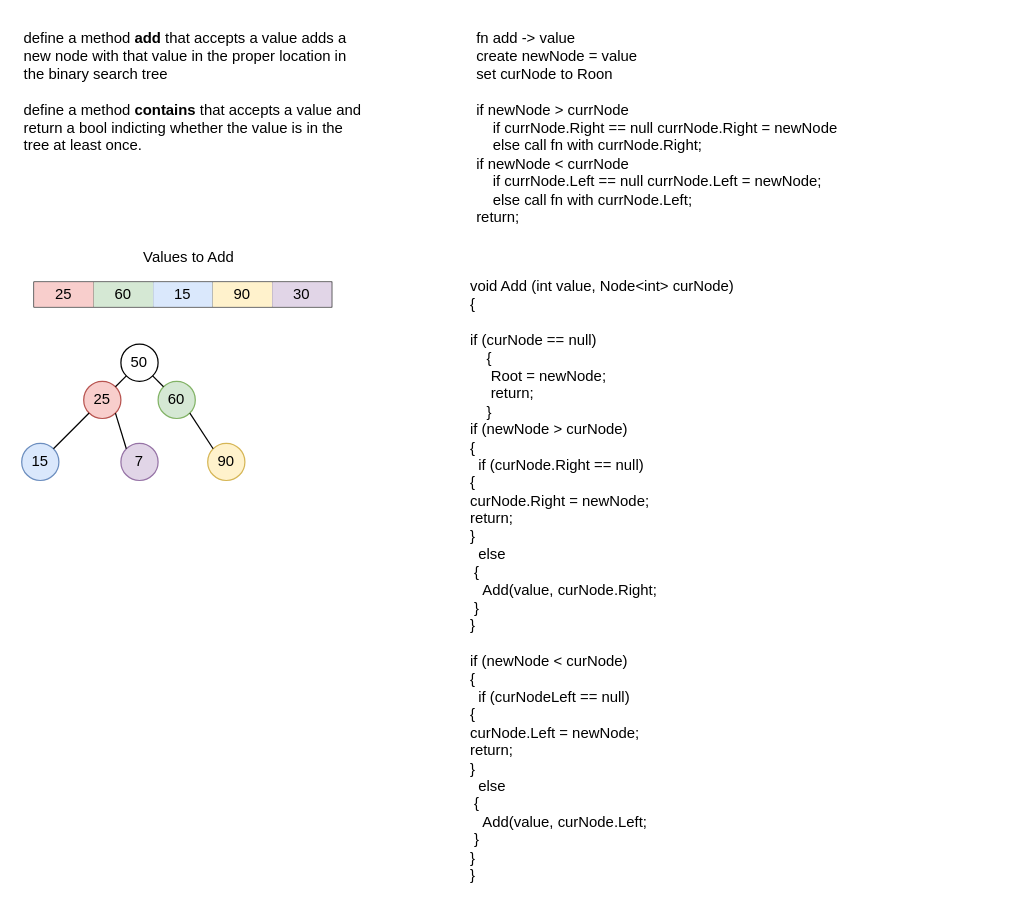
The draw.io diagram DataStructures/Trees/assets/BinarySearchTree.drawio in 4a50/dotnet-data-structure-and-algorithms, before the edit. Source tidied: cells renumbered, new cells numbered last; positions are measured from the earlier drawing's top-left corner, leaving out a move shared by most shapes. Both pictures are drawn from the tidied source at 124%, with x=0, y=0 at pixel (21, 21).
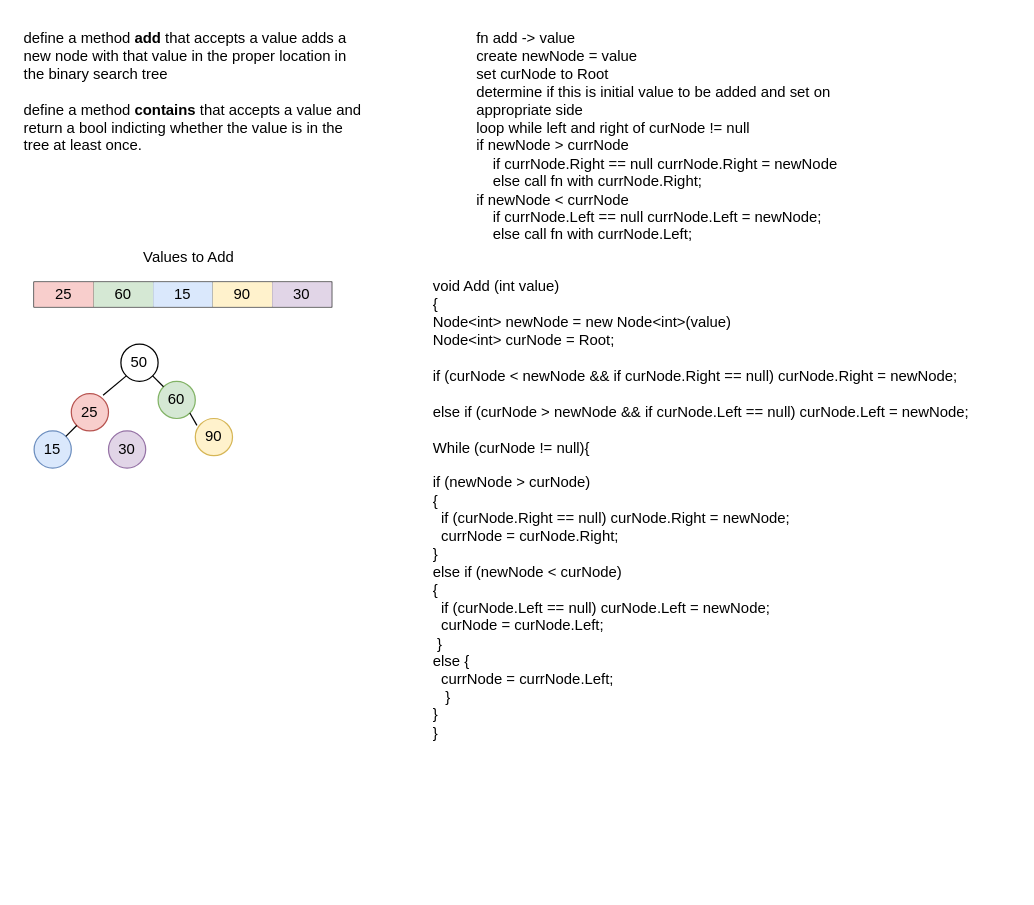
Above is the later version.

The change refers to these unchanged cells:
```xml
<mxCell id="3" value="50" style="ellipse;whiteSpace=wrap;html=1;align=center;" parent="1" vertex="1">
  <mxGeometry x="80" y="260" width="30" height="30" as="geometry" />
</mxCell>
```

What changed in the source:
```diff
@@
-    <mxCell id="4" value="25" style="ellipse;whiteSpace=wrap;html=1;align=center;fillColor=#f8cecc;strokeColor=#b85450;" parent="1" vertex="1">
-      <mxGeometry x="50" y="290" width="30" height="30" as="geometry" />
-    </mxCell>
-    <mxCell id="5" value="fn add -&amp;gt; value&lt;br&gt;create newNode = value&lt;br&gt;set curNode to Roon&lt;br&gt;&lt;br&gt;if newNode &amp;gt; currNode&lt;br&gt;&amp;nbsp; &amp;nbsp; if currNode.Right == null currNode.Right = newNode&lt;br&gt;&amp;nbsp; &amp;nbsp; else call fn with currNode.Right;&lt;br&gt;if newNode &amp;lt; currNode&lt;br&gt;&amp;nbsp; &amp;nbsp; if currNode.Left == null currNode.Left = newNode;&lt;br&gt;&amp;nbsp; &amp;nbsp; else call fn with currNode.Left;&lt;br&gt;return;&lt;br&gt;" style="text;html=1;strokeColor=none;fillColor=none;align=left;verticalAlign=top;whiteSpace=wrap;rounded=0;" parent="1" vertex="1">
+    <mxCell id="5" value="fn add -&amp;gt; value&lt;br&gt;create newNode = value&lt;br&gt;set curNode to Root&lt;br&gt;determine if this is initial value to be added and set on appropriate side&amp;nbsp;&lt;br&gt;loop while left and right of curNode != null&lt;br&gt;if newNode &amp;gt; currNode&lt;br&gt;&amp;nbsp; &amp;nbsp; if currNode.Right == null currNode.Right = newNode&lt;br&gt;&amp;nbsp; &amp;nbsp; else call fn with currNode.Right;&lt;br&gt;if newNode &amp;lt; currNode&lt;br&gt;&amp;nbsp; &amp;nbsp; if currNode.Left == null currNode.Left = newNode;&lt;br&gt;&amp;nbsp; &amp;nbsp; else call fn with currNode.Left;" style="text;html=1;strokeColor=none;fillColor=none;align=left;verticalAlign=top;whiteSpace=wrap;rounded=0;" parent="1" vertex="1">
       <mxGeometry x="365" width="345" height="180" as="geometry" />
     </mxCell>
-    <mxCell id="6" style="endArrow=none;html=1;entryX=0;entryY=1;entryDx=0;entryDy=0;exitX=1;exitY=0;exitDx=0;exitDy=0;" parent="1" edge="1" source="4" target="3">
-      <mxGeometry relative="1" as="geometry" />
-    </mxCell>
-    <mxCell id="7" value="60" style="ellipse;whiteSpace=wrap;html=1;align=center;fillColor=#d5e8d4;strokeColor=#82b366;" parent="1" vertex="1">
-      <mxGeometry x="110" y="290" width="30" height="30" as="geometry" />
-    </mxCell>
-    <mxCell id="8" style="endArrow=none;html=1;exitX=1;exitY=1;exitDx=0;exitDy=0;entryX=0;entryY=0;entryDx=0;entryDy=0;" parent="1" edge="1" source="3" target="7">
-      <mxGeometry relative="1" as="geometry" />
-    </mxCell>
-    <mxCell id="9" value="15" style="ellipse;whiteSpace=wrap;html=1;align=center;fillColor=#dae8fc;strokeColor=#6c8ebf;" parent="1" vertex="1">
-      <mxGeometry y="340" width="30" height="30" as="geometry" />
-    </mxCell>
-    <mxCell id="10" value="void Add (int value, Node&amp;lt;int&amp;gt; curNode)&lt;br&gt;{&lt;br&gt;&lt;br&gt;if (curNode == null)&lt;br&gt;&amp;nbsp; &amp;nbsp; {&lt;br&gt;&amp;nbsp; &amp;nbsp; &amp;nbsp;Root = newNode; &lt;br&gt;&amp;nbsp; &amp;nbsp; &amp;nbsp;return;&lt;br&gt;&amp;nbsp; &amp;nbsp; }&amp;nbsp;&lt;br&gt;if (newNode &amp;gt; curNode)&lt;br&gt;{&lt;br&gt;&amp;nbsp; if (curNode.Right == null) &lt;br&gt;{&lt;br&gt;curNode.Right = newNode;&lt;br&gt;return;&lt;br&gt;}&lt;br&gt;&amp;nbsp; else&lt;br&gt;&amp;nbsp;{&lt;br&gt;&amp;nbsp; &amp;nbsp;Add(value, curNode.Right;&lt;br&gt;&amp;nbsp;}&amp;nbsp;&lt;br&gt;}&lt;br&gt;&lt;br&gt;if (newNode &amp;lt; curNode)&lt;br&gt;{&lt;br&gt;&amp;nbsp; if (curNodeLeft == null) &lt;br&gt;{&lt;br&gt;curNode.Left = newNode;&lt;br&gt;return;&lt;br&gt;}&lt;br&gt;&amp;nbsp; else&lt;br&gt;&amp;nbsp;{&lt;br&gt;&amp;nbsp; &amp;nbsp;Add(value, curNode.Left;&lt;br&gt;&amp;nbsp;}&amp;nbsp;&lt;br&gt;}&lt;br&gt;}" style="text;html=1;strokeColor=none;fillColor=none;align=left;verticalAlign=top;whiteSpace=wrap;rounded=0;" parent="1" vertex="1">
-      <mxGeometry x="360" y="200" width="380" height="480" as="geometry" />
+    <mxCell id="10" value="void Add (int value)&lt;br&gt;{&lt;br&gt;Node&amp;lt;int&amp;gt; newNode = new Node&amp;lt;int&amp;gt;(value)&lt;br&gt;Node&amp;lt;int&amp;gt; curNode = Root;&lt;br&gt;&lt;br&gt;if (curNode &amp;lt; newNode &amp;amp;&amp;amp; if curNode.Right == null) curNode.Right = newNode;&lt;br&gt;&lt;br&gt;else if (curNode &amp;gt; newNode &amp;amp;&amp;amp; if curNode.Left == null) curNode.Left = newNode;&lt;br&gt;&lt;br&gt;While (curNode != null){&lt;br&gt;&amp;nbsp;&lt;br&gt;if (newNode &amp;gt; curNode)&lt;br&gt;{&lt;br&gt;&amp;nbsp; if (curNode.Right == null) curNode.Right = newNode;&lt;br&gt;&amp;nbsp; currNode = curNode.Right;&lt;br&gt;}&lt;br&gt;else if (newNode &amp;lt; curNode)&lt;br&gt;{&lt;br&gt;&amp;nbsp; if (curNode.Left == null) curNode.Left = newNode;&lt;br&gt;&amp;nbsp; curNode = curNode.Left;&lt;br&gt;&amp;nbsp;}&lt;br&gt;else {&lt;br&gt;&amp;nbsp; currNode = currNode.Left;&lt;br&gt;&amp;nbsp; &amp;nbsp;}&amp;nbsp;&lt;br&gt;}&amp;nbsp;&lt;br&gt;}" style="text;html=1;strokeColor=none;fillColor=none;align=left;verticalAlign=top;whiteSpace=wrap;rounded=0;" parent="1" vertex="1">
+      <mxGeometry x="330" y="200" width="470" height="480" as="geometry" />
     </mxCell>
@@
+    <mxCell id="4" value="25" style="ellipse;whiteSpace=wrap;html=1;align=center;fillColor=#f8cecc;strokeColor=#b85450;" parent="1" vertex="1">
+      <mxGeometry x="40" y="300" width="30" height="30" as="geometry" />
+    </mxCell>
+    <mxCell id="6" style="endArrow=none;html=1;entryX=0;entryY=1;entryDx=0;entryDy=0;exitX=0.854;exitY=0.043;exitDx=0;exitDy=0;exitPerimeter=0;" parent="1" edge="1" source="4" target="3">
+      <mxGeometry relative="1" as="geometry" />
+    </mxCell>
+    <mxCell id="7" value="60" style="ellipse;whiteSpace=wrap;html=1;align=center;fillColor=#d5e8d4;strokeColor=#82b366;" parent="1" vertex="1">
+      <mxGeometry x="110" y="290" width="30" height="30" as="geometry" />
+    </mxCell>
+    <mxCell id="24" style="endArrow=none;html=1;entryX=1;entryY=1;entryDx=0;entryDy=0;exitX=0;exitY=0;exitDx=0;exitDy=0;" parent="1" edge="1" source="7" target="3">
+      <mxGeometry relative="1" as="geometry" />
+    </mxCell>
+    <mxCell id="9" value="15" style="ellipse;whiteSpace=wrap;html=1;align=center;fillColor=#dae8fc;strokeColor=#6c8ebf;" parent="1" vertex="1">
+      <mxGeometry x="10" y="330" width="30" height="30" as="geometry" />
+    </mxCell>
@@
     <mxCell id="20" value="90" style="ellipse;whiteSpace=wrap;html=1;align=center;fillColor=#fff2cc;strokeColor=#d6b656;" parent="1" vertex="1">
-      <mxGeometry x="150" y="340" width="30" height="30" as="geometry" />
+      <mxGeometry x="140" y="320" width="30" height="30" as="geometry" />
     </mxCell>
-    <mxCell id="21" style="endArrow=none;html=1;entryX=0;entryY=0;entryDx=0;entryDy=0;exitX=1;exitY=1;exitDx=0;exitDy=0;" parent="1" edge="1" source="7" target="20">
-      <mxGeometry relative="1" as="geometry" />
-    </mxCell>
-    <mxCell id="22" value="7" style="ellipse;whiteSpace=wrap;html=1;align=center;fillColor=#e1d5e7;strokeColor=#9673a6;" parent="1" vertex="1">
-      <mxGeometry x="80" y="340" width="30" height="30" as="geometry" />
-    </mxCell>
-    <mxCell id="23" style="endArrow=none;html=1;entryX=1;entryY=1;entryDx=0;entryDy=0;exitX=0;exitY=0;exitDx=0;exitDy=0;" parent="1" edge="1" source="22" target="4">
-      <mxGeometry relative="1" as="geometry" />
-    </mxCell>
+    <mxCell id="25" style="endArrow=none;html=1;entryX=1;entryY=1;entryDx=0;entryDy=0;exitX=0.044;exitY=0.186;exitDx=0;exitDy=0;exitPerimeter=0;" parent="1" edge="1" source="20" target="7">
+      <mxGeometry relative="1" as="geometry" />
+    </mxCell>
+    <mxCell id="26" value="30" style="ellipse;whiteSpace=wrap;html=1;align=center;fillColor=#e1d5e7;strokeColor=#9673a6;" parent="1" vertex="1">
+      <mxGeometry x="70" y="330" width="30" height="30" as="geometry" />
+    </mxCell>
```
